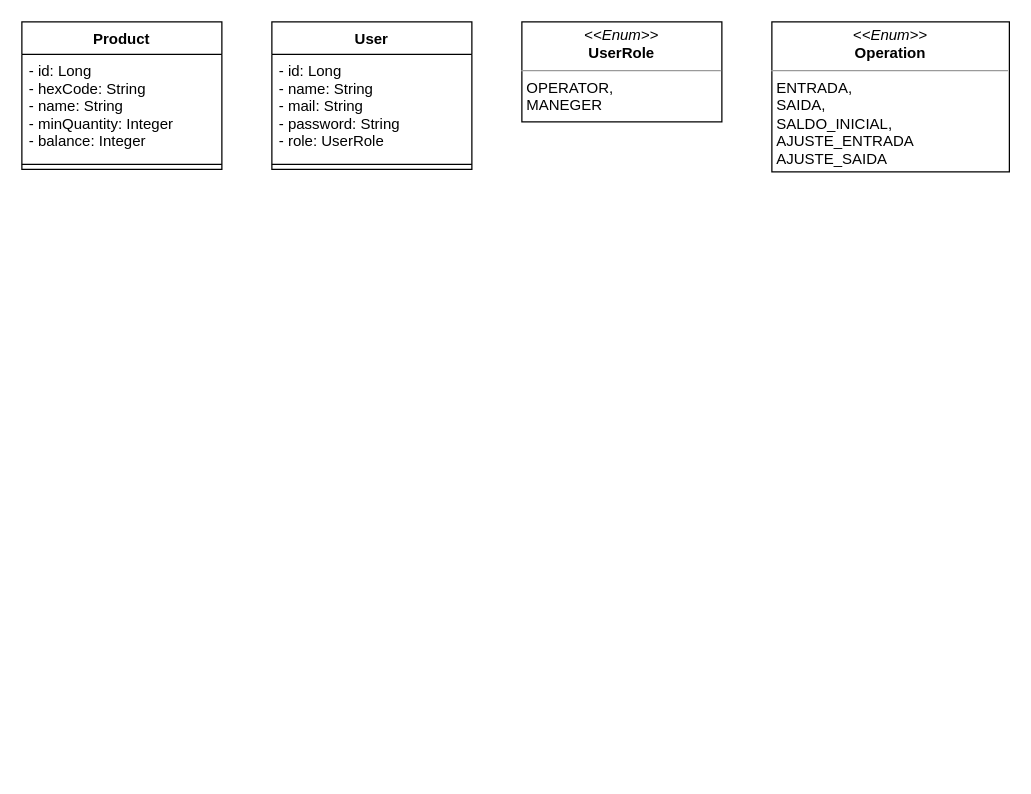
augustocesarsousa/draw-io keeps this draw.io diagram as varejonline/product.drawio. Above is the earlier version. Source tidied: cells renumbered, new cells numbered last; positions are measured from the earlier drawing's top-left corner, leaving out a move shared by most shapes. Both pictures are drawn from the tidied source at 125%, with x=0, y=0 at pixel (21, 21).
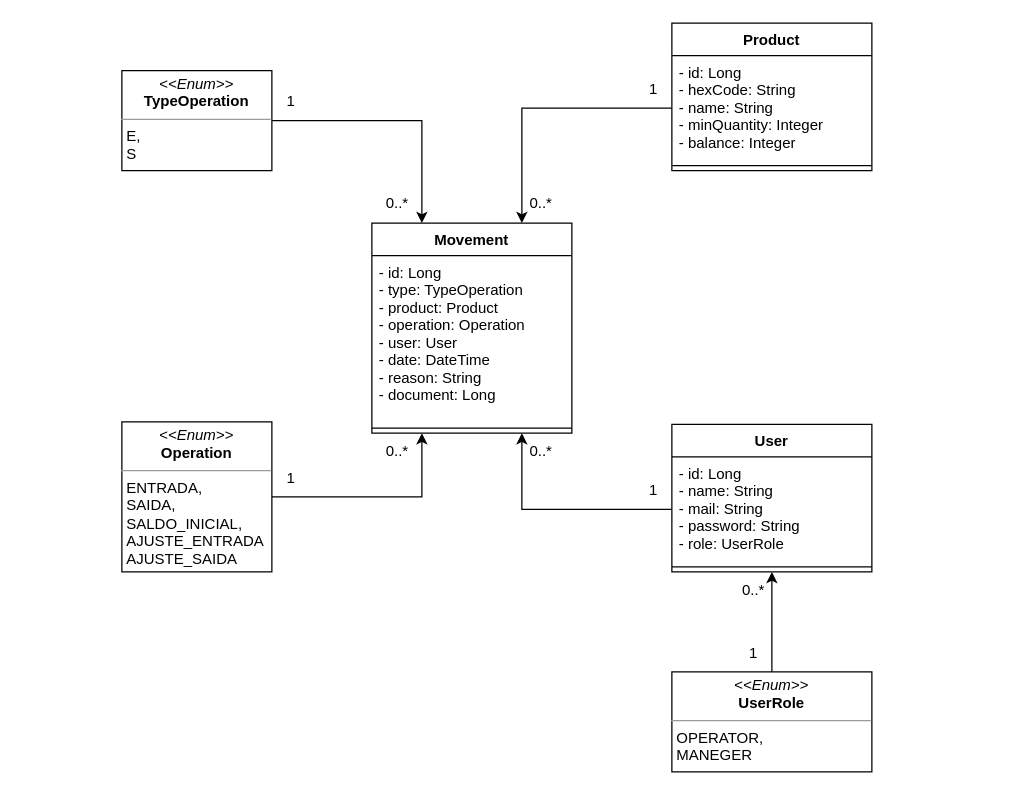
Above is the later version.

Unchanged cells that the change refers to:
```xml
<mxCell id="3" value="- id: Long&#10;- hexCode: String&#10;- name: String&#10;- minQuantity: Integer&#10;- balance: Integer" style="text;strokeColor=none;fillColor=none;align=left;verticalAlign=top;spacingLeft=4;spacingRight=4;overflow=hidden;points=[[0,0.5],[1,0.5]];portConstraint=eastwest;" parent="2" vertex="1">
  <mxGeometry y="26" width="160" height="84" as="geometry" />
</mxCell>
<mxCell id="6" value="- id: Long&#10;- name: String&#10;- mail: String&#10;- password: String&#10;- role: UserRole" style="text;strokeColor=none;fillColor=none;align=left;verticalAlign=top;spacingLeft=4;spacingRight=4;overflow=hidden;points=[[0,0.5],[1,0.5]];portConstraint=eastwest;" parent="5" vertex="1">
  <mxGeometry y="26" width="160" height="84" as="geometry" />
</mxCell>
```

Diff of the diagram source:
```diff
@@
     <mxCell id="2" value="Product" style="swimlane;fontStyle=1;align=center;verticalAlign=top;horizontal=1;startSize=26;" parent="1" vertex="1">
-      <mxGeometry width="160" height="118" as="geometry" />
+      <mxGeometry x="520" y="1" width="160" height="118" as="geometry" />
     </mxCell>
@@
     <mxCell id="5" value="User" style="swimlane;fontStyle=1;align=center;verticalAlign=top;horizontal=1;startSize=26;" parent="1" vertex="1">
-      <mxGeometry x="200" width="160" height="118" as="geometry" />
+      <mxGeometry x="520" y="322" width="160" height="118" as="geometry" />
     </mxCell>
@@
+    <mxCell id="10" style="edgeStyle=orthogonalEdgeStyle;rounded=0;jettySize=auto;html=1;entryX=0.5;entryY=1;entryDx=0;entryDy=0;" parent="1" edge="1" source="8" target="5">
+      <mxGeometry relative="1" as="geometry" />
+    </mxCell>
     <mxCell id="8" value="&lt;p style=&quot;margin:0px;margin-top:4px;text-align:center;&quot;&gt;&lt;i&gt;&amp;lt;&amp;lt;Enum&amp;gt;&amp;gt;&lt;/i&gt;&lt;br&gt;&lt;b&gt;UserRole&lt;/b&gt;&lt;/p&gt;&lt;hr size=&quot;1&quot;&gt;&lt;p style=&quot;margin:0px;margin-left:4px;&quot;&gt;OPERATOR,&lt;/p&gt;&lt;p style=&quot;margin:0px;margin-left:4px;&quot;&gt;MANEGER&lt;/p&gt;&lt;p style=&quot;margin:0px;margin-left:4px;&quot;&gt;&lt;br&gt;&lt;/p&gt;" style="verticalAlign=top;align=left;overflow=fill;fontSize=12;fontFamily=Helvetica;html=1;" parent="1" vertex="1">
-      <mxGeometry x="400" width="160" height="80" as="geometry" />
+      <mxGeometry x="520" y="520" width="160" height="80" as="geometry" />
     </mxCell>
+    <mxCell id="11" style="edgeStyle=orthogonalEdgeStyle;rounded=0;jettySize=auto;html=1;entryX=0.25;entryY=1;entryDx=0;entryDy=0;" parent="1" edge="1" source="9" target="12">
+      <mxGeometry relative="1" as="geometry" />
+    </mxCell>
     <mxCell id="9" value="&lt;p style=&quot;margin:0px;margin-top:4px;text-align:center;&quot;&gt;&lt;i&gt;&amp;lt;&amp;lt;Enum&amp;gt;&amp;gt;&lt;/i&gt;&lt;br&gt;&lt;b&gt;Operation&lt;/b&gt;&lt;/p&gt;&lt;hr size=&quot;1&quot;&gt;&lt;p style=&quot;margin:0px;margin-left:4px;&quot;&gt;&lt;/p&gt;&lt;p style=&quot;border-color: var(--border-color); margin: 0px 0px 0px 4px;&quot;&gt;ENTRADA,&lt;/p&gt;&lt;p style=&quot;border-color: var(--border-color); margin: 0px 0px 0px 4px;&quot;&gt;SAIDA,&lt;/p&gt;&lt;p style=&quot;border-color: var(--border-color); margin: 0px 0px 0px 4px;&quot;&gt;SALDO_INICIAL,&lt;/p&gt;&lt;p style=&quot;border-color: var(--border-color); margin: 0px 0px 0px 4px;&quot;&gt;AJUSTE_ENTRADA&lt;/p&gt;&lt;p style=&quot;border-color: var(--border-color); margin: 0px 0px 0px 4px;&quot;&gt;AJUSTE_SAIDA&lt;/p&gt;" style="verticalAlign=top;align=left;overflow=fill;fontSize=12;fontFamily=Helvetica;html=1;" parent="1" vertex="1">
-      <mxGeometry x="600" width="190" height="120" as="geometry" />
+      <mxGeometry x="80" y="320" width="120" height="120" as="geometry" />
     </mxCell>
+    <mxCell id="12" value="Movement" style="swimlane;fontStyle=1;align=center;verticalAlign=top;horizontal=1;startSize=26;" parent="1" vertex="1">
+      <mxGeometry x="280" y="161" width="160" height="168" as="geometry" />
+    </mxCell>
+    <mxCell id="13" value="- id: Long&#10;- type: TypeOperation&#10;- product: Product&#10;- operation: Operation&#10;- user: User&#10;- date: DateTime&#10;- reason: String&#10;- document: Long" style="text;strokeColor=none;fillColor=none;align=left;verticalAlign=top;spacingLeft=4;spacingRight=4;overflow=hidden;" parent="12" vertex="1">
+      <mxGeometry y="26" width="160" height="134" as="geometry" />
+    </mxCell>
+    <mxCell id="14" style="line;strokeWidth=1;fillColor=none;align=left;verticalAlign=middle;spacingTop=-1;spacingLeft=3;spacingRight=3;labelPosition=right;strokeColor=inherit;" parent="12" vertex="1">
+      <mxGeometry y="160" width="160" height="8" as="geometry" />
+    </mxCell>
+    <mxCell id="15" style="edgeStyle=orthogonalEdgeStyle;rounded=0;jettySize=auto;html=1;entryX=0.25;entryY=0;entryDx=0;entryDy=0;" parent="1" edge="1" source="16" target="12">
+      <mxGeometry relative="1" as="geometry" />
+    </mxCell>
+    <mxCell id="16" value="&lt;p style=&quot;margin:0px;margin-top:4px;text-align:center;&quot;&gt;&lt;i&gt;&amp;lt;&amp;lt;Enum&amp;gt;&amp;gt;&lt;/i&gt;&lt;br&gt;&lt;b&gt;TypeOperation&lt;/b&gt;&lt;/p&gt;&lt;hr size=&quot;1&quot;&gt;&lt;p style=&quot;margin:0px;margin-left:4px;&quot;&gt;E,&lt;/p&gt;&lt;p style=&quot;margin:0px;margin-left:4px;&quot;&gt;S&lt;/p&gt;" style="verticalAlign=top;align=left;overflow=fill;fontSize=12;fontFamily=Helvetica;html=1;" parent="1" vertex="1">
+      <mxGeometry x="80" y="39" width="120" height="80" as="geometry" />
+    </mxCell>
+    <mxCell id="17" style="edgeStyle=orthogonalEdgeStyle;rounded=0;jettySize=auto;html=1;entryX=0.75;entryY=0;entryDx=0;entryDy=0;" parent="1" edge="1" source="3" target="12">
+      <mxGeometry relative="1" as="geometry" />
+    </mxCell>
+    <mxCell id="18" value="1" style="text;html=1;align=center;verticalAlign=middle;strokeColor=none;fillColor=none;" parent="1" vertex="1">
+      <mxGeometry x="490" y="39" width="30" height="30" as="geometry" />
+    </mxCell>
+    <mxCell id="19" value="0..*" style="text;html=1;align=center;verticalAlign=middle;strokeColor=none;fillColor=none;" parent="1" vertex="1">
+      <mxGeometry x="395" y="130" width="40" height="30" as="geometry" />
+    </mxCell>
+    <mxCell id="20" value="1" style="text;html=1;align=center;verticalAlign=middle;strokeColor=none;fillColor=none;" parent="1" vertex="1">
+      <mxGeometry x="200" y="49" width="30" height="30" as="geometry" />
+    </mxCell>
+    <mxCell id="21" value="0..*" style="text;html=1;align=center;verticalAlign=middle;strokeColor=none;fillColor=none;" parent="1" vertex="1">
+      <mxGeometry x="280" y="130" width="40" height="30" as="geometry" />
+    </mxCell>
+    <mxCell id="22" value="1" style="text;html=1;align=center;verticalAlign=middle;strokeColor=none;fillColor=none;" parent="1" vertex="1">
+      <mxGeometry x="200" y="350" width="30" height="30" as="geometry" />
+    </mxCell>
+    <mxCell id="23" value="0..*" style="text;html=1;align=center;verticalAlign=middle;strokeColor=none;fillColor=none;" parent="1" vertex="1">
+      <mxGeometry x="280" y="329" width="40" height="30" as="geometry" />
+    </mxCell>
+    <mxCell id="24" value="1" style="text;html=1;align=center;verticalAlign=middle;strokeColor=none;fillColor=none;" parent="1" vertex="1">
+      <mxGeometry x="490" y="360" width="30" height="30" as="geometry" />
+    </mxCell>
+    <mxCell id="25" value="0..*" style="text;html=1;align=center;verticalAlign=middle;strokeColor=none;fillColor=none;" parent="1" vertex="1">
+      <mxGeometry x="395" y="329" width="40" height="30" as="geometry" />
+    </mxCell>
+    <mxCell id="26" value="1" style="text;html=1;align=center;verticalAlign=middle;strokeColor=none;fillColor=none;" parent="1" vertex="1">
+      <mxGeometry x="570" y="490" width="30" height="30" as="geometry" />
+    </mxCell>
+    <mxCell id="27" value="0..*" style="text;html=1;align=center;verticalAlign=middle;strokeColor=none;fillColor=none;" parent="1" vertex="1">
+      <mxGeometry x="565" y="440" width="40" height="30" as="geometry" />
+    </mxCell>
+    <mxCell id="28" style="edgeStyle=orthogonalEdgeStyle;rounded=0;jettySize=auto;html=1;entryX=0.75;entryY=1;entryDx=0;entryDy=0;" parent="1" edge="1" source="6" target="12">
+      <mxGeometry relative="1" as="geometry" />
+    </mxCell>
```
